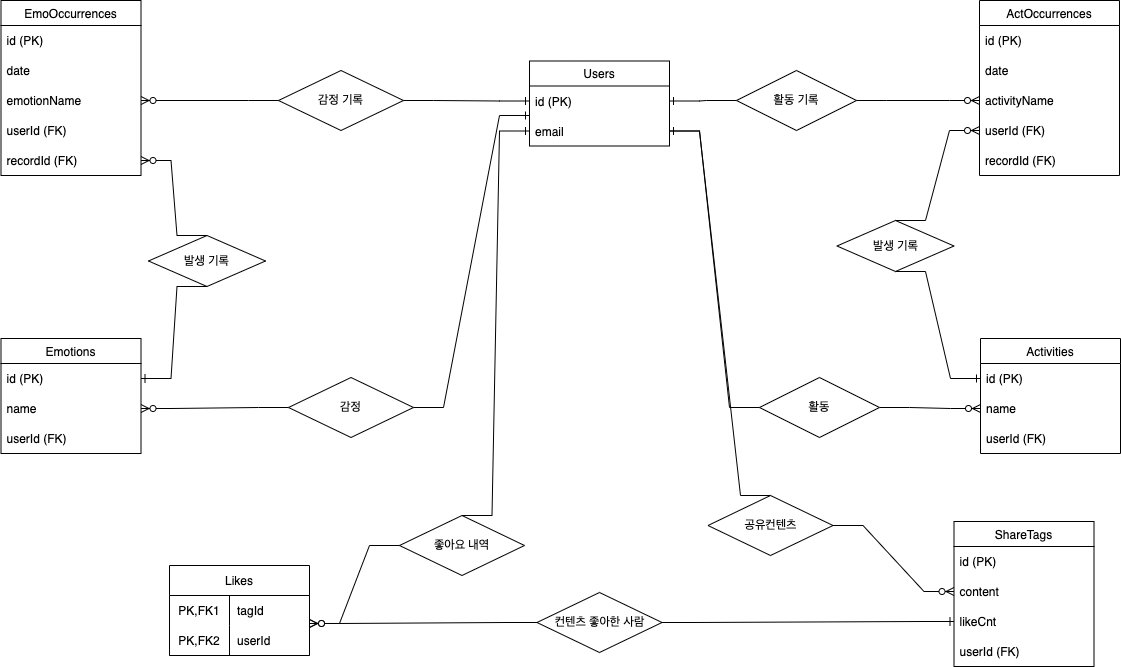
Earlier version of the draw.io export ERdiagram.png (MyNameIsTaeYeong/oh_server). Source tidied: cells renumbered, new cells last; positions are measured from the earlier drawing's top-left corner, leaving out a move shared by most shapes.
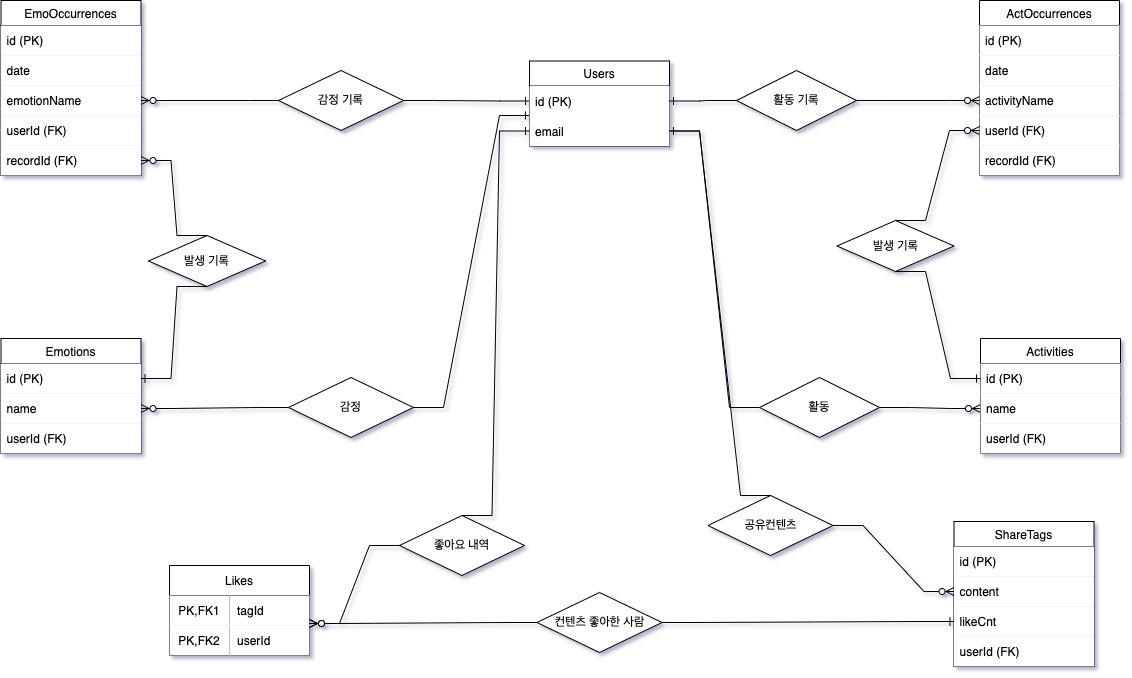
Later version of the same file.

Diff of the diagram source:
```diff
@@ -1,4 +1,4 @@
-<mxGraphModel>
+<mxGraphModel background="#FFFFFF" shadow="1">
   <root>
     <mxCell id="0" />
     <mxCell id="1" parent="0" />
@@ -41,37 +41,37 @@
     <mxCell id="12" value="EmoOccurrences" style="swimlane;fontStyle=0;horizontal=1;startSize=25;" parent="1" vertex="1">
       <mxGeometry x="-0.5" width="140" height="175" as="geometry" />
     </mxCell>
-    <mxCell id="13" value="id (PK)" style="text;strokeColor=none;fillColor=none;align=left;verticalAlign=middle;spacingLeft=4;spacingRight=4;overflow=hidden;noLabel=0;" parent="12" vertex="1">
+    <mxCell id="13" value="id (PK)" style="text;strokeColor=none;fillColor=default;align=left;verticalAlign=middle;spacingLeft=4;spacingRight=4;overflow=hidden;noLabel=0;" parent="12" vertex="1">
       <mxGeometry y="25" width="140" height="30" as="geometry" />
     </mxCell>
-    <mxCell id="14" value="date" style="text;strokeColor=none;fillColor=none;align=left;verticalAlign=middle;spacingLeft=4;spacingRight=4;overflow=hidden;" parent="12" vertex="1">
+    <mxCell id="14" value="date" style="text;strokeColor=none;fillColor=default;align=left;verticalAlign=middle;spacingLeft=4;spacingRight=4;overflow=hidden;" parent="12" vertex="1">
       <mxGeometry y="55" width="140" height="30" as="geometry" />
     </mxCell>
-    <mxCell id="15" value="emotionName" style="text;strokeColor=none;fillColor=none;align=left;verticalAlign=middle;spacingLeft=4;spacingRight=4;overflow=hidden;points=[[0,0.5],[1,0.5]];portConstraint=eastwest;" parent="12" vertex="1">
+    <mxCell id="15" value="emotionName" style="text;strokeColor=none;fillColor=default;align=left;verticalAlign=middle;spacingLeft=4;spacingRight=4;overflow=hidden;points=[[0,0.5],[1,0.5]];portConstraint=eastwest;" parent="12" vertex="1">
       <mxGeometry y="85" width="140" height="30" as="geometry" />
     </mxCell>
-    <mxCell id="16" value="userId (FK)" style="text;strokeColor=none;fillColor=none;align=left;verticalAlign=middle;spacingLeft=4;spacingRight=4;overflow=hidden;" parent="12" vertex="1">
+    <mxCell id="16" value="userId (FK)" style="text;strokeColor=none;fillColor=default;align=left;verticalAlign=middle;spacingLeft=4;spacingRight=4;overflow=hidden;" parent="12" vertex="1">
       <mxGeometry y="115" width="140" height="30" as="geometry" />
     </mxCell>
-    <mxCell id="17" value="recordId (FK)" style="text;strokeColor=none;fillColor=none;align=left;verticalAlign=middle;spacingLeft=4;spacingRight=4;overflow=hidden;points=[[0,0.5],[1,0.5]];portConstraint=eastwest;" parent="12" vertex="1">
+    <mxCell id="17" value="recordId (FK)" style="text;strokeColor=none;fillColor=default;align=left;verticalAlign=middle;spacingLeft=4;spacingRight=4;overflow=hidden;points=[[0,0.5],[1,0.5]];portConstraint=eastwest;" parent="12" vertex="1">
       <mxGeometry y="145" width="140" height="30" as="geometry" />
     </mxCell>
-    <mxCell id="18" value="ActOccurrences" style="swimlane;fontStyle=0;horizontal=1;startSize=25;" parent="1" vertex="1">
+    <mxCell id="18" value="ActOccurrences" style="swimlane;fontStyle=0;horizontal=1;startSize=25;fillColor=#FFFFFF;" parent="1" vertex="1">
       <mxGeometry x="978" width="140" height="175" as="geometry" />
     </mxCell>
-    <mxCell id="19" value="id (PK)" style="text;strokeColor=none;fillColor=none;align=left;verticalAlign=middle;spacingLeft=4;spacingRight=4;overflow=hidden;noLabel=0;" parent="18" vertex="1">
+    <mxCell id="19" value="id (PK)" style="text;strokeColor=none;fillColor=default;align=left;verticalAlign=middle;spacingLeft=4;spacingRight=4;overflow=hidden;noLabel=0;" parent="18" vertex="1">
       <mxGeometry y="25" width="140" height="30" as="geometry" />
     </mxCell>
-    <mxCell id="20" value="date" style="text;strokeColor=none;fillColor=none;align=left;verticalAlign=middle;spacingLeft=4;spacingRight=4;overflow=hidden;" parent="18" vertex="1">
+    <mxCell id="20" value="date" style="text;strokeColor=none;fillColor=default;align=left;verticalAlign=middle;spacingLeft=4;spacingRight=4;overflow=hidden;" parent="18" vertex="1">
       <mxGeometry y="55" width="140" height="30" as="geometry" />
     </mxCell>
-    <mxCell id="21" value="activityName" style="text;strokeColor=none;fillColor=none;align=left;verticalAlign=middle;spacingLeft=4;spacingRight=4;overflow=hidden;points=[[0,0.5],[1,0.5]];portConstraint=eastwest;" parent="18" vertex="1">
+    <mxCell id="21" value="activityName" style="text;strokeColor=none;fillColor=default;align=left;verticalAlign=middle;spacingLeft=4;spacingRight=4;overflow=hidden;points=[[0,0.5],[1,0.5]];portConstraint=eastwest;" parent="18" vertex="1">
       <mxGeometry y="85" width="140" height="30" as="geometry" />
     </mxCell>
-    <mxCell id="22" value="userId (FK)" style="text;strokeColor=none;fillColor=none;align=left;verticalAlign=middle;spacingLeft=4;spacingRight=4;overflow=hidden;points=[[0,0.5],[1,0.5]];portConstraint=eastwest;" parent="18" vertex="1">
+    <mxCell id="22" value="userId (FK)" style="text;strokeColor=none;fillColor=default;align=left;verticalAlign=middle;spacingLeft=4;spacingRight=4;overflow=hidden;points=[[0,0.5],[1,0.5]];portConstraint=eastwest;" parent="18" vertex="1">
       <mxGeometry y="115" width="140" height="30" as="geometry" />
     </mxCell>
-    <mxCell id="23" value="recordId (FK)" style="text;strokeColor=none;fillColor=none;align=left;verticalAlign=middle;spacingLeft=4;spacingRight=4;overflow=hidden;" parent="18" vertex="1">
+    <mxCell id="23" value="recordId (FK)" style="text;strokeColor=none;fillColor=default;align=left;verticalAlign=middle;spacingLeft=4;spacingRight=4;overflow=hidden;" parent="18" vertex="1">
       <mxGeometry y="145" width="140" height="30" as="geometry" />
     </mxCell>
     <mxCell id="24" style="edgeStyle=entityRelationEdgeStyle;fontSize=12;html=1;endArrow=ERzeroToMany;endFill=1;rounded=0;entryX=0;entryY=0.5;entryDx=0;entryDy=0;exitX=1;exitY=0.5;exitDx=0;exitDy=0;" parent="1" edge="1" source="9" target="21">
@@ -80,25 +80,25 @@
     <mxCell id="25" value="Activities" style="swimlane;fontStyle=0;horizontal=1;startSize=25;" parent="1" vertex="1">
       <mxGeometry x="979" y="338" width="140" height="115" as="geometry" />
     </mxCell>
-    <mxCell id="26" value="id (PK)" style="text;strokeColor=none;fillColor=none;align=left;verticalAlign=middle;spacingLeft=4;spacingRight=4;overflow=hidden;points=[[0,0.5],[1,0.5]];portConstraint=none;noLabel=0;" parent="25" vertex="1">
+    <mxCell id="26" value="id (PK)" style="text;strokeColor=none;fillColor=default;align=left;verticalAlign=middle;spacingLeft=4;spacingRight=4;overflow=hidden;points=[[0,0.5],[1,0.5]];portConstraint=none;noLabel=0;" parent="25" vertex="1">
       <mxGeometry y="25" width="140" height="30" as="geometry" />
     </mxCell>
-    <mxCell id="27" value="name" style="text;strokeColor=none;fillColor=none;align=left;verticalAlign=middle;spacingLeft=4;spacingRight=4;overflow=hidden;points=[[0,0.5],[1,0.5]];portConstraint=eastwest;" parent="25" vertex="1">
+    <mxCell id="27" value="name" style="text;strokeColor=none;fillColor=default;align=left;verticalAlign=middle;spacingLeft=4;spacingRight=4;overflow=hidden;points=[[0,0.5],[1,0.5]];portConstraint=eastwest;" parent="25" vertex="1">
       <mxGeometry y="55" width="140" height="30" as="geometry" />
     </mxCell>
-    <mxCell id="28" value="userId (FK)" style="text;strokeColor=none;fillColor=none;align=left;verticalAlign=middle;spacingLeft=4;spacingRight=4;overflow=hidden;" parent="25" vertex="1">
+    <mxCell id="28" value="userId (FK)" style="text;strokeColor=none;fillColor=default;align=left;verticalAlign=middle;spacingLeft=4;spacingRight=4;overflow=hidden;" parent="25" vertex="1">
       <mxGeometry y="85" width="140" height="30" as="geometry" />
     </mxCell>
     <mxCell id="29" value="Emotions" style="swimlane;fontStyle=0;horizontal=1;startSize=25;" parent="1" vertex="1">
       <mxGeometry x="-0.5" y="338" width="140" height="115" as="geometry" />
     </mxCell>
-    <mxCell id="30" value="id (PK)" style="text;strokeColor=none;fillColor=none;align=left;verticalAlign=middle;spacingLeft=4;spacingRight=4;overflow=hidden;points=[[0,0.5],[1,0.5]];portConstraint=none;noLabel=0;" parent="29" vertex="1">
+    <mxCell id="30" value="id (PK)" style="text;strokeColor=none;fillColor=default;align=left;verticalAlign=middle;spacingLeft=4;spacingRight=4;overflow=hidden;points=[[0,0.5],[1,0.5]];portConstraint=none;noLabel=0;" parent="29" vertex="1">
       <mxGeometry y="25" width="140" height="30" as="geometry" />
     </mxCell>
-    <mxCell id="31" value="name" style="text;strokeColor=none;fillColor=none;align=left;verticalAlign=middle;spacingLeft=4;spacingRight=4;overflow=hidden;points=[[0,0.5],[1,0.5]];portConstraint=eastwest;" parent="29" vertex="1">
+    <mxCell id="31" value="name" style="text;strokeColor=none;fillColor=default;align=left;verticalAlign=middle;spacingLeft=4;spacingRight=4;overflow=hidden;points=[[0,0.5],[1,0.5]];portConstraint=eastwest;" parent="29" vertex="1">
       <mxGeometry y="55" width="140" height="30" as="geometry" />
     </mxCell>
-    <mxCell id="32" value="userId (FK)" style="text;strokeColor=none;fillColor=none;align=left;verticalAlign=middle;spacingLeft=4;spacingRight=4;overflow=hidden;" parent="29" vertex="1">
+    <mxCell id="32" value="userId (FK)" style="text;strokeColor=none;fillColor=default;align=left;verticalAlign=middle;spacingLeft=4;spacingRight=4;overflow=hidden;" parent="29" vertex="1">
       <mxGeometry y="85" width="140" height="30" as="geometry" />
     </mxCell>
     <mxCell id="33" value="감정" style="shape=rhombus;perimeter=rhombusPerimeter;whiteSpace=wrap;html=1;align=center;" parent="1" vertex="1">
@@ -131,10 +131,10 @@
     <mxCell id="42" value="Users" style="swimlane;fontStyle=0;horizontal=1;startSize=25;" parent="1" vertex="1">
       <mxGeometry x="528" y="60.5" width="140" height="85" as="geometry" />
     </mxCell>
-    <mxCell id="43" value="id (PK)" style="text;strokeColor=none;fillColor=none;align=left;verticalAlign=middle;spacingLeft=4;spacingRight=4;overflow=hidden;points=[[0,0.5],[1,0.5]];portConstraint=none;noLabel=0;" parent="42" vertex="1">
+    <mxCell id="43" value="id (PK)" style="text;strokeColor=none;fillColor=default;align=left;verticalAlign=middle;spacingLeft=4;spacingRight=4;overflow=hidden;points=[[0,0.5],[1,0.5]];portConstraint=none;noLabel=0;" parent="42" vertex="1">
       <mxGeometry y="25" width="140" height="30" as="geometry" />
     </mxCell>
-    <mxCell id="44" value="email" style="text;strokeColor=none;fillColor=none;align=left;verticalAlign=middle;spacingLeft=4;spacingRight=4;overflow=hidden;points=[[0,0.5],[1,0.5]];portConstraint=eastwest;" parent="42" vertex="1">
+    <mxCell id="44" value="email" style="text;strokeColor=none;fillColor=default;align=left;verticalAlign=middle;spacingLeft=4;spacingRight=4;overflow=hidden;points=[[0,0.5],[1,0.5]];portConstraint=eastwest;" parent="42" vertex="1">
       <mxGeometry y="55" width="140" height="30" as="geometry" />
     </mxCell>
     <mxCell id="45" style="edgeStyle=entityRelationEdgeStyle;fontSize=12;html=1;endArrow=ERone;endFill=1;rounded=0;exitX=0;exitY=0.5;exitDx=0;exitDy=0;entryX=1;entryY=0.5;entryDx=0;entryDy=0;" parent="1" edge="1" source="9" target="43">
@@ -143,16 +143,16 @@
     <mxCell id="46" value="ShareTags" style="swimlane;fontStyle=0;horizontal=1;startSize=25;" parent="1" vertex="1">
       <mxGeometry x="952.5" y="521" width="140" height="145" as="geometry" />
     </mxCell>
-    <mxCell id="47" value="id (PK)" style="text;strokeColor=none;fillColor=none;align=left;verticalAlign=middle;spacingLeft=4;spacingRight=4;overflow=hidden;noLabel=0;" parent="46" vertex="1">
+    <mxCell id="47" value="id (PK)" style="text;strokeColor=none;fillColor=default;align=left;verticalAlign=middle;spacingLeft=4;spacingRight=4;overflow=hidden;noLabel=0;" parent="46" vertex="1">
       <mxGeometry y="25" width="140" height="30" as="geometry" />
     </mxCell>
-    <mxCell id="48" value="content" style="text;strokeColor=none;fillColor=none;align=left;verticalAlign=middle;spacingLeft=4;spacingRight=4;overflow=hidden;points=[[0,0.5],[1,0.5]];portConstraint=eastwest;" parent="46" vertex="1">
+    <mxCell id="48" value="content" style="text;strokeColor=none;fillColor=default;align=left;verticalAlign=middle;spacingLeft=4;spacingRight=4;overflow=hidden;points=[[0,0.5],[1,0.5]];portConstraint=eastwest;" parent="46" vertex="1">
       <mxGeometry y="55" width="140" height="30" as="geometry" />
     </mxCell>
-    <mxCell id="49" value="likeCnt" style="text;strokeColor=none;fillColor=none;align=left;verticalAlign=middle;spacingLeft=4;spacingRight=4;overflow=hidden;points=[[0,0.5],[1,0.5]];portConstraint=eastwest;" parent="46" vertex="1">
+    <mxCell id="49" value="likeCnt" style="text;strokeColor=none;fillColor=default;align=left;verticalAlign=middle;spacingLeft=4;spacingRight=4;overflow=hidden;points=[[0,0.5],[1,0.5]];portConstraint=eastwest;" parent="46" vertex="1">
       <mxGeometry y="85" width="140" height="30" as="geometry" />
     </mxCell>
-    <mxCell id="50" value="userId (FK)" style="text;strokeColor=none;fillColor=none;align=left;verticalAlign=middle;spacingLeft=4;spacingRight=4;overflow=hidden;" parent="46" vertex="1">
+    <mxCell id="50" value="userId (FK)" style="text;strokeColor=none;fillColor=default;align=left;verticalAlign=middle;spacingLeft=4;spacingRight=4;overflow=hidden;" parent="46" vertex="1">
       <mxGeometry y="115" width="140" height="30" as="geometry" />
     </mxCell>
     <mxCell id="51" value="Likes" style="shape=table;startSize=30;rowLines=0;fontStyle=0;align=center;" parent="1" vertex="1">
@@ -161,19 +161,19 @@
     <mxCell id="52" style="shape=tableRow;horizontal=0;startSize=0;swimlaneHead=0;swimlaneBody=0;fillColor=none;points=[[0,0.5],[1,0.5]];portConstraint=eastwest;top=0;left=0;right=0;bottom=0;" parent="51" vertex="1">
       <mxGeometry y="30" width="140" height="30" as="geometry" />
     </mxCell>
-    <mxCell id="53" value="PK,FK1" style="shape=partialRectangle;fillColor=none;top=0;left=0;bottom=0;right=0;fontStyle=0;overflow=hidden;" parent="52" vertex="1">
+    <mxCell id="53" value="PK,FK1" style="shape=partialRectangle;fillColor=default;top=0;left=0;bottom=0;right=0;fontStyle=0;overflow=hidden;" parent="52" vertex="1">
       <mxGeometry width="60" height="30" as="geometry" />
     </mxCell>
-    <mxCell id="54" value="tagId" style="shape=partialRectangle;fillColor=none;top=0;left=0;bottom=0;right=0;align=left;spacingLeft=6;fontStyle=0;overflow=hidden;" parent="52" vertex="1">
+    <mxCell id="54" value="tagId" style="shape=partialRectangle;fillColor=default;top=0;left=0;bottom=0;right=0;align=left;spacingLeft=6;fontStyle=0;overflow=hidden;" parent="52" vertex="1">
       <mxGeometry x="60" width="80" height="30" as="geometry" />
     </mxCell>
     <mxCell id="55" style="shape=tableRow;horizontal=0;startSize=0;swimlaneHead=0;swimlaneBody=0;fillColor=none;points=[[0,0.5],[1,0.5]];portConstraint=eastwest;top=0;left=0;right=0;bottom=1;" parent="51" vertex="1">
       <mxGeometry y="60" width="140" height="30" as="geometry" />
     </mxCell>
-    <mxCell id="56" value="PK,FK2" style="shape=partialRectangle;fillColor=none;top=0;left=0;bottom=0;right=0;fontStyle=0;overflow=hidden;" parent="55" vertex="1">
+    <mxCell id="56" value="PK,FK2" style="shape=partialRectangle;fillColor=default;top=0;left=0;bottom=0;right=0;fontStyle=0;overflow=hidden;" parent="55" vertex="1">
       <mxGeometry width="60" height="30" as="geometry" />
     </mxCell>
-    <mxCell id="57" value="userId" style="shape=partialRectangle;fillColor=none;top=0;left=0;bottom=0;right=0;align=left;spacingLeft=6;fontStyle=0;overflow=hidden;" parent="55" vertex="1">
+    <mxCell id="57" value="userId" style="shape=partialRectangle;fillColor=default;top=0;left=0;bottom=0;right=0;align=left;spacingLeft=6;fontStyle=0;overflow=hidden;" parent="55" vertex="1">
       <mxGeometry x="60" width="80" height="30" as="geometry" />
     </mxCell>
     <mxCell id="58" value="좋아요 내역" style="shape=rhombus;perimeter=rhombusPerimeter;whiteSpace=wrap;html=1;align=center;" parent="1" vertex="1">
```
